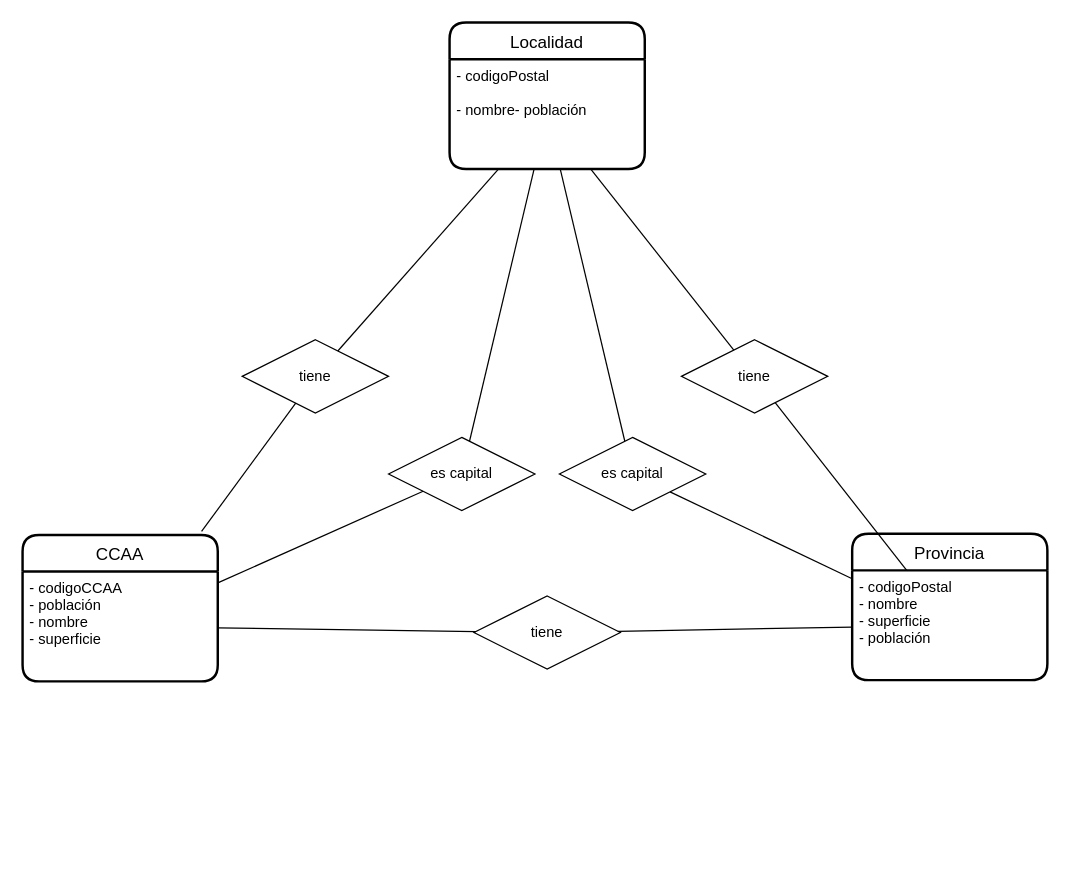
Earlier version of the draw.io diagram ex3.drawio (JuanMarinG/TA12_MYSQL). Source tidied: cells renumbered, new cells numbered last; positions are measured from the earlier drawing's top-left corner, leaving out a move shared by most shapes. Both pictures are drawn from the tidied source at 122%, with x=0, y=0 at pixel (22, 22).
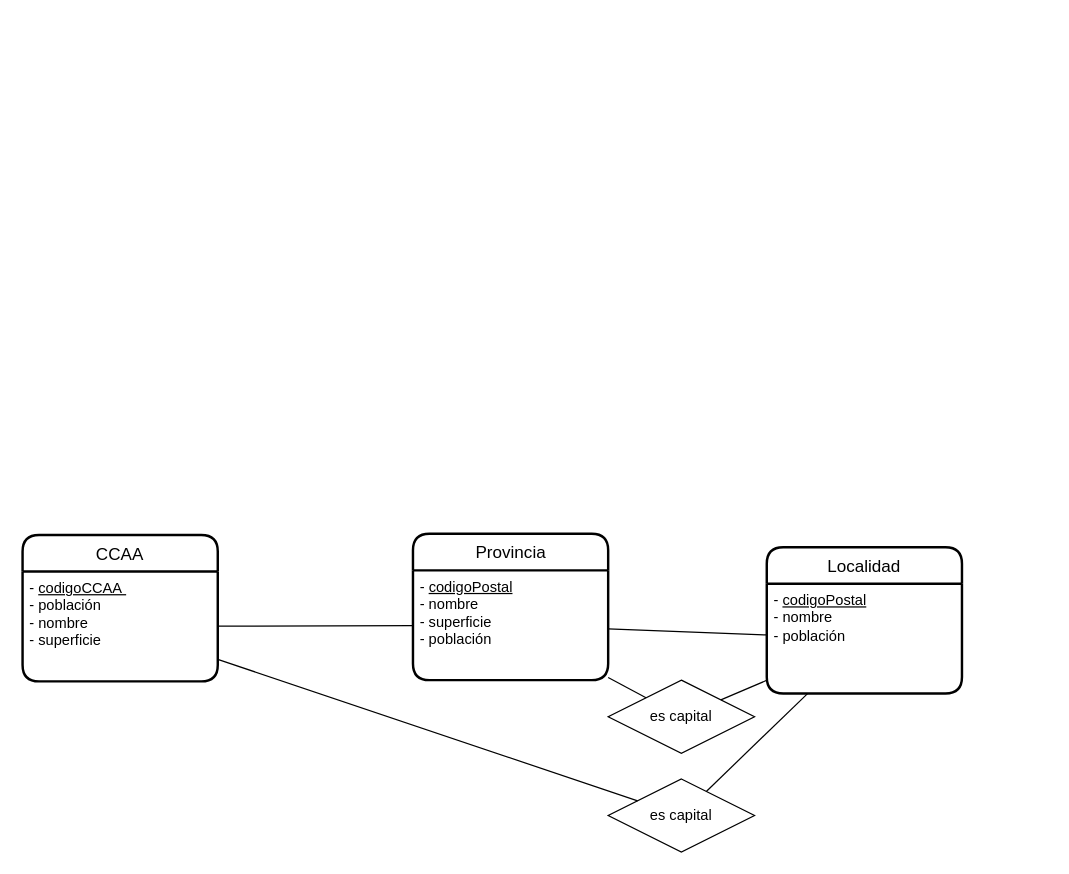
Above is the later version.

Unchanged cells that the change refers to:
```xml
<mxCell id="6" value="CCAA" style="swimlane;horizontal=1;startSize=30;rounded=1;fontSize=14;fontStyle=0;strokeWidth=2;shadow=0;dashed=0;align=center;" parent="1" vertex="1">
  <mxGeometry y="420" width="160" height="120" as="geometry" />
</mxCell>
```

Diff of the diagram source:
```diff
@@
     <mxCell id="2" value="Localidad" style="swimlane;horizontal=1;startSize=30;rounded=1;fontSize=14;fontStyle=0;strokeWidth=2;shadow=0;dashed=0;align=center;" parent="1" vertex="1">
-      <mxGeometry x="350" width="160" height="120" as="geometry" />
+      <mxGeometry x="610" y="430" width="160" height="120" as="geometry" />
     </mxCell>
-    <mxCell id="3" value="- codigoPostal&#10;&#10;- nombre- población" style="align=left;strokeColor=none;fillColor=none;spacingLeft=4;fontSize=12;verticalAlign=top;" parent="2" vertex="1">
+    <mxCell id="3" value="- &lt;u&gt;codigoPostal&lt;/u&gt;&lt;br&gt;- nombre&lt;br&gt;- población" style="align=left;strokeColor=none;fillColor=none;spacingLeft=4;fontSize=12;verticalAlign=top;html=1;" parent="2" vertex="1">
       <mxGeometry y="30" width="160" height="90" as="geometry" />
     </mxCell>
-    <mxCell id="4" value="Provincia" style="swimlane;horizontal=1;startSize=30;rounded=1;fontSize=14;fontStyle=0;strokeWidth=2;shadow=0;dashed=0;align=center;" parent="1" vertex="1">
-      <mxGeometry x="680" y="419" width="160" height="120" as="geometry" />
+    <mxCell id="4" value="Provincia" style="swimlane;horizontal=1;startSize=30;rounded=1;fontSize=14;fontStyle=0;strokeWidth=2;shadow=0;dashed=0;align=center;html=1;" parent="1" vertex="1">
+      <mxGeometry x="320" y="419" width="160" height="120" as="geometry" />
     </mxCell>
-    <mxCell id="5" value="- codigoPostal&#10;- nombre&#10;- superficie&#10;- población" style="align=left;strokeColor=none;fillColor=none;spacingLeft=4;fontSize=12;verticalAlign=top;" parent="4" vertex="1">
+    <mxCell id="5" value="- &lt;u&gt;codigoPostal&lt;/u&gt;&lt;br&gt;- nombre&lt;br&gt;- superficie&lt;br&gt;- población" style="align=left;strokeColor=none;fillColor=none;spacingLeft=4;fontSize=12;verticalAlign=top;html=1;" parent="4" vertex="1">
       <mxGeometry y="30" width="160" height="90" as="geometry" />
     </mxCell>
@@
-    <mxCell id="7" value="- codigoCCAA&#10;- población&#10;- nombre&#10;- superficie&#10;" style="align=left;strokeColor=none;fillColor=none;spacingLeft=4;fontSize=12;verticalAlign=top;" parent="6" vertex="1">
+    <mxCell id="7" value="- &lt;u&gt;codigoCCAA&amp;nbsp;&lt;/u&gt;&lt;br&gt;- población&lt;br&gt;- nombre&lt;br&gt;- superficie" style="align=left;strokeColor=none;fillColor=none;spacingLeft=4;fontSize=12;verticalAlign=top;fontStyle=0;html=1;" parent="6" vertex="1">
       <mxGeometry y="30" width="160" height="90" as="geometry" />
     </mxCell>
-    <mxCell id="8" value="tiene" style="shape=rhombus;perimeter=rhombusPerimeter;whiteSpace=wrap;html=1;align=center;" parent="1" vertex="1">
-      <mxGeometry x="370" y="470" width="120" height="60" as="geometry" />
-    </mxCell>
-    <mxCell id="9" value="tiene" style="shape=rhombus;perimeter=rhombusPerimeter;whiteSpace=wrap;html=1;align=center;" parent="1" vertex="1">
-      <mxGeometry x="540" y="260" width="120" height="60" as="geometry" />
-    </mxCell>
-    <mxCell id="10" value="tiene" style="shape=rhombus;perimeter=rhombusPerimeter;whiteSpace=wrap;html=1;align=center;" parent="1" vertex="1">
-      <mxGeometry x="180" y="260" width="120" height="60" as="geometry" />
-    </mxCell>
-    <mxCell id="11" style="endArrow=none;html=1;rounded=0;exitX=0.917;exitY=-0.024;exitDx=0;exitDy=0;exitPerimeter=0;" parent="1" edge="1" source="6" target="10">
+    <mxCell id="11" style="endArrow=none;html=1;rounded=0;" parent="1" edge="1" source="7" target="5">
       <mxGeometry relative="1" as="geometry" />
     </mxCell>
-    <mxCell id="12" style="endArrow=none;html=1;rounded=0;" parent="1" edge="1" source="10" target="3">
-      <mxGeometry relative="1" as="geometry" />
-    </mxCell>
-    <mxCell id="13" style="endArrow=none;html=1;rounded=0;" parent="1" edge="1" source="7" target="8">
-      <mxGeometry relative="1" as="geometry" />
-    </mxCell>
-    <mxCell id="14" style="endArrow=none;html=1;rounded=0;" parent="1" edge="1" source="8" target="5">
-      <mxGeometry relative="1" as="geometry" />
-    </mxCell>
-    <mxCell id="15" style="endArrow=none;html=1;rounded=0;" parent="1" edge="1" source="9" target="5">
+    <mxCell id="15" style="endArrow=none;html=1;rounded=0;" parent="1" edge="1" source="3" target="5">
       <mxGeometry relative="1" as="geometry" />
     </mxCell>
-    <mxCell id="16" style="endArrow=none;html=1;rounded=0;" parent="1" edge="1" source="3" target="9">
-      <mxGeometry relative="1" as="geometry" />
-    </mxCell>
     <mxCell id="17" value="es capital" style="shape=rhombus;perimeter=rhombusPerimeter;whiteSpace=wrap;html=1;align=center;" parent="1" vertex="1">
-      <mxGeometry x="300" y="340" width="120" height="60" as="geometry" />
+      <mxGeometry x="480" y="620" width="120" height="60" as="geometry" />
     </mxCell>
     <mxCell id="18" value="es capital" style="shape=rhombus;perimeter=rhombusPerimeter;whiteSpace=wrap;html=1;align=center;" parent="1" vertex="1">
-      <mxGeometry x="440" y="340" width="120" height="60" as="geometry" />
+      <mxGeometry x="480" y="539" width="120" height="60" as="geometry" />
     </mxCell>
```
